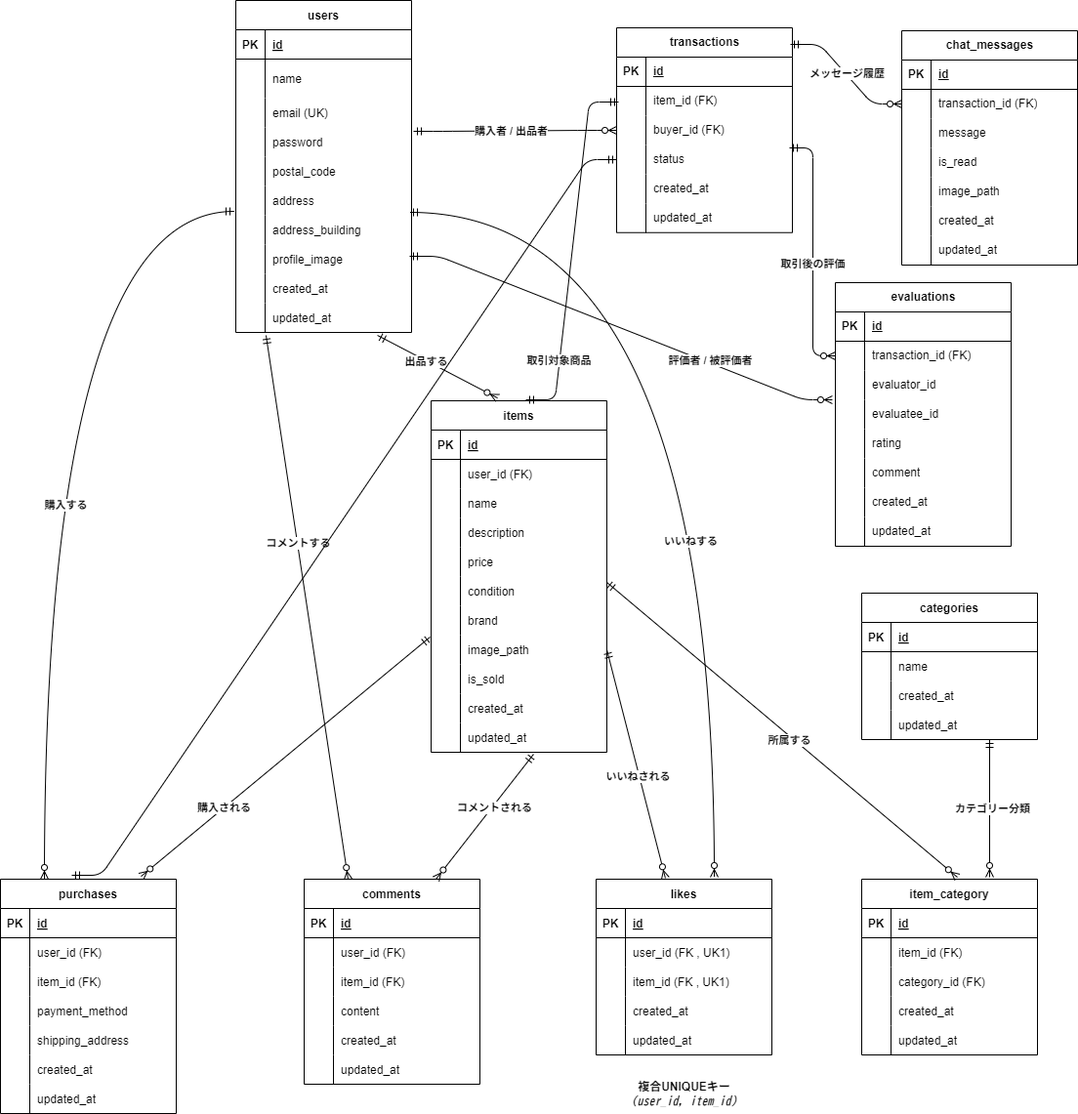
shimodum/mock-project-flea-market-app keeps this draw.io diagram as ER.drawio.png. Above is the earlier version. Source tidied: cells renumbered, new cells last; positions are measured from the earlier drawing's top-left corner, leaving out a move shared by most shapes.
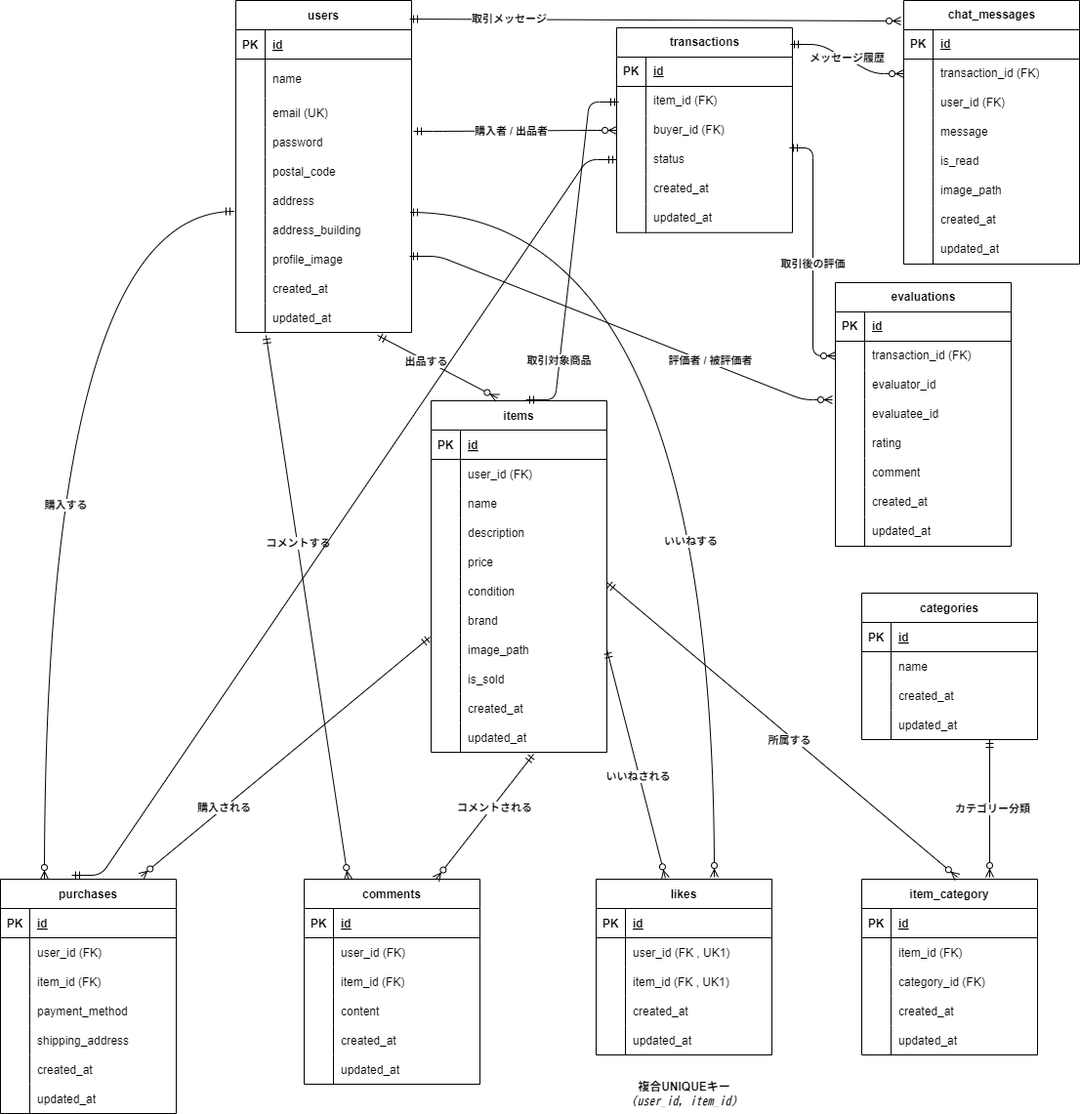
After the change.

Change to the diagram source:
```diff
@@ -592,7 +592,7 @@
       <mxGeometry x="30" width="150" height="30" as="geometry" />
     </mxCell>
     <mxCell id="191" value="chat_messages" style="shape=table;startSize=30;rowLines=0;fontStyle=1;align=center;html=1;" parent="1" vertex="1">
-      <mxGeometry x="923" y="56" width="180" height="240" as="geometry" />
+      <mxGeometry x="925" y="25" width="180" height="270" as="geometry" />
     </mxCell>
     <mxCell id="192" style="shape=tableRow;horizontal=0;startSize=0;swimlaneHead=0;swimlaneBody=0;fillColor=none;top=0;left=0;right=0;bottom=1;" parent="191" vertex="1">
       <mxGeometry y="30" width="180" height="30" as="geometry" />
@@ -618,7 +618,7 @@
     <mxCell id="199" style="shape=partialRectangle;fillColor=none;top=0;left=0;bottom=0;right=0;overflow=hidden;whiteSpace=wrap;html=1;" parent="198" vertex="1">
       <mxGeometry width="30" height="30" as="geometry" />
     </mxCell>
-    <mxCell id="200" value="message" style="shape=partialRectangle;fillColor=none;top=0;left=0;bottom=0;right=0;align=left;spacingLeft=6;overflow=hidden;whiteSpace=wrap;html=1;" parent="198" vertex="1">
+    <mxCell id="200" value="user_id (FK)" style="shape=partialRectangle;fillColor=none;top=0;left=0;bottom=0;right=0;align=left;spacingLeft=6;overflow=hidden;whiteSpace=wrap;html=1;" parent="198" vertex="1">
       <mxGeometry x="30" width="150" height="30" as="geometry" />
     </mxCell>
     <mxCell id="201" style="shape=tableRow;horizontal=0;startSize=0;swimlaneHead=0;swimlaneBody=0;fillColor=none;top=0;left=0;right=0;bottom=0;" parent="191" vertex="1">
@@ -627,7 +627,7 @@
     <mxCell id="202" style="shape=partialRectangle;fillColor=none;top=0;left=0;bottom=0;right=0;overflow=hidden;whiteSpace=wrap;html=1;" parent="201" vertex="1">
       <mxGeometry width="30" height="30" as="geometry" />
     </mxCell>
-    <mxCell id="203" value="is_read" style="shape=partialRectangle;fillColor=none;top=0;left=0;bottom=0;right=0;align=left;spacingLeft=6;overflow=hidden;whiteSpace=wrap;html=1;" parent="201" vertex="1">
+    <mxCell id="203" value="message" style="shape=partialRectangle;fillColor=none;top=0;left=0;bottom=0;right=0;align=left;spacingLeft=6;overflow=hidden;whiteSpace=wrap;html=1;" parent="201" vertex="1">
       <mxGeometry x="30" width="150" height="30" as="geometry" />
     </mxCell>
     <mxCell id="204" style="shape=tableRow;horizontal=0;startSize=0;swimlaneHead=0;swimlaneBody=0;fillColor=none;top=0;left=0;right=0;bottom=0;" parent="191" vertex="1">
@@ -636,7 +636,7 @@
     <mxCell id="205" style="shape=partialRectangle;fillColor=none;top=0;left=0;bottom=0;right=0;overflow=hidden;whiteSpace=wrap;html=1;" parent="204" vertex="1">
       <mxGeometry width="30" height="30" as="geometry" />
     </mxCell>
-    <mxCell id="206" value="image_path" style="shape=partialRectangle;fillColor=none;top=0;left=0;bottom=0;right=0;align=left;spacingLeft=6;overflow=hidden;whiteSpace=wrap;html=1;" parent="204" vertex="1">
+    <mxCell id="206" value="is_read" style="shape=partialRectangle;fillColor=none;top=0;left=0;bottom=0;right=0;align=left;spacingLeft=6;overflow=hidden;whiteSpace=wrap;html=1;" parent="204" vertex="1">
       <mxGeometry x="30" width="150" height="30" as="geometry" />
     </mxCell>
     <mxCell id="207" style="shape=tableRow;horizontal=0;startSize=0;swimlaneHead=0;swimlaneBody=0;fillColor=none;top=0;left=0;right=0;bottom=0;" parent="191" vertex="1">
@@ -645,7 +645,7 @@
     <mxCell id="208" style="shape=partialRectangle;fillColor=none;top=0;left=0;bottom=0;right=0;overflow=hidden;whiteSpace=wrap;html=1;" parent="207" vertex="1">
       <mxGeometry width="30" height="30" as="geometry" />
     </mxCell>
-    <mxCell id="209" value="created_at" style="shape=partialRectangle;fillColor=none;top=0;left=0;bottom=0;right=0;align=left;spacingLeft=6;overflow=hidden;whiteSpace=wrap;html=1;" parent="207" vertex="1">
+    <mxCell id="209" value="image_path" style="shape=partialRectangle;fillColor=none;top=0;left=0;bottom=0;right=0;align=left;spacingLeft=6;overflow=hidden;whiteSpace=wrap;html=1;" parent="207" vertex="1">
       <mxGeometry x="30" width="150" height="30" as="geometry" />
     </mxCell>
     <mxCell id="210" style="shape=tableRow;horizontal=0;startSize=0;swimlaneHead=0;swimlaneBody=0;fillColor=none;top=0;left=0;right=0;bottom=0;" parent="191" vertex="1">
@@ -654,9 +654,18 @@
     <mxCell id="211" style="shape=partialRectangle;fillColor=none;top=0;left=0;bottom=0;right=0;overflow=hidden;whiteSpace=wrap;html=1;" parent="210" vertex="1">
       <mxGeometry width="30" height="30" as="geometry" />
     </mxCell>
-    <mxCell id="212" value="updated_at" style="shape=partialRectangle;fillColor=none;top=0;left=0;bottom=0;right=0;align=left;spacingLeft=6;overflow=hidden;whiteSpace=wrap;html=1;" parent="210" vertex="1">
+    <mxCell id="212" value="created_at" style="shape=partialRectangle;fillColor=none;top=0;left=0;bottom=0;right=0;align=left;spacingLeft=6;overflow=hidden;whiteSpace=wrap;html=1;" parent="210" vertex="1">
       <mxGeometry x="30" width="150" height="30" as="geometry" />
     </mxCell>
+    <mxCell id="249" style="shape=tableRow;horizontal=0;startSize=0;swimlaneHead=0;swimlaneBody=0;fillColor=none;top=0;left=0;right=0;bottom=0;" parent="191" vertex="1">
+      <mxGeometry y="240" width="180" height="30" as="geometry" />
+    </mxCell>
+    <mxCell id="250" style="shape=partialRectangle;fillColor=none;top=0;left=0;bottom=0;right=0;overflow=hidden;whiteSpace=wrap;html=1;" parent="249" vertex="1">
+      <mxGeometry width="30" height="30" as="geometry" />
+    </mxCell>
+    <mxCell id="251" value="updated_at" style="shape=partialRectangle;fillColor=none;top=0;left=0;bottom=0;right=0;align=left;spacingLeft=6;overflow=hidden;whiteSpace=wrap;html=1;" parent="249" vertex="1">
+      <mxGeometry x="30" width="150" height="30" as="geometry" />
+    </mxCell>
     <mxCell id="213" value="evaluations" style="shape=table;startSize=30;rowLines=0;fontStyle=1;align=center;html=1;" parent="1" vertex="1">
       <mxGeometry x="855" y="314" width="180" height="270" as="geometry" />
     </mxCell>
@@ -784,5 +793,13 @@
         <mxPoint x="32" y="11" as="offset" />
       </mxGeometry>
     </mxCell>
+    <mxCell id="252" style="fontSize=12;html=1;endArrow=ERzeroToMany;startArrow=ERmandOne;exitX=0.989;exitY=0.056;exitDx=0;exitDy=0;exitPerimeter=0;" parent="1" edge="1" source="43">
+      <mxGeometry relative="1" as="geometry">
+        <mxPoint x="922" y="46" as="targetPoint" />
+      </mxGeometry>
+    </mxCell>
+    <mxCell id="253" value="&lt;b&gt;取引メッセージ&lt;/b&gt;" style="edgeLabel;html=1;align=center;verticalAlign=middle;" parent="252" vertex="1">
+      <mxGeometry x="-0.6" y="1" relative="1" as="geometry" />
+    </mxCell>
   </root>
 </mxGraphModel>
```
